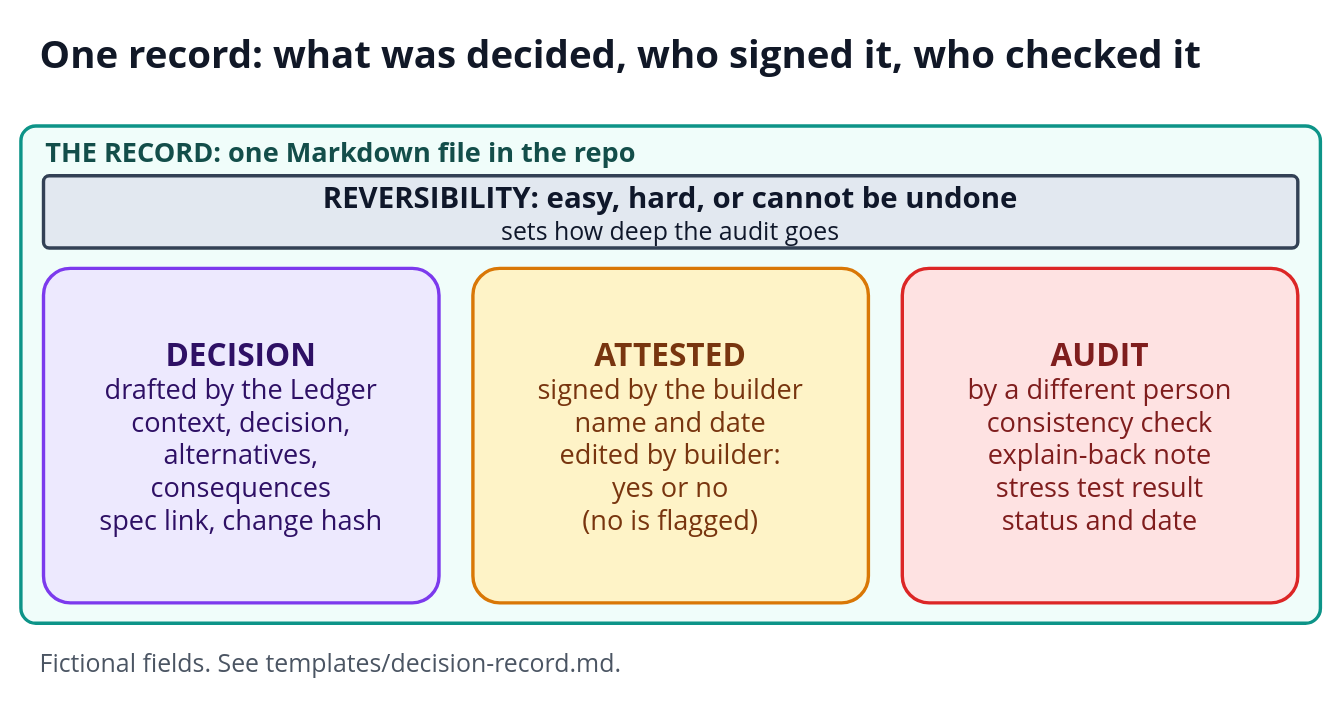
Above: diagrams/05-adr-anatomy.drawio in i-asimkhan/ledger-layer-pattern (draw.io), before the change. Source tidied: cells renumbered, new cells numbered last; positions are measured from the earlier drawing's top-left corner, leaving out a move shared by most shapes. Both pictures are drawn from the tidied source at 113%, with x=0, y=0 at pixel (20, 24).
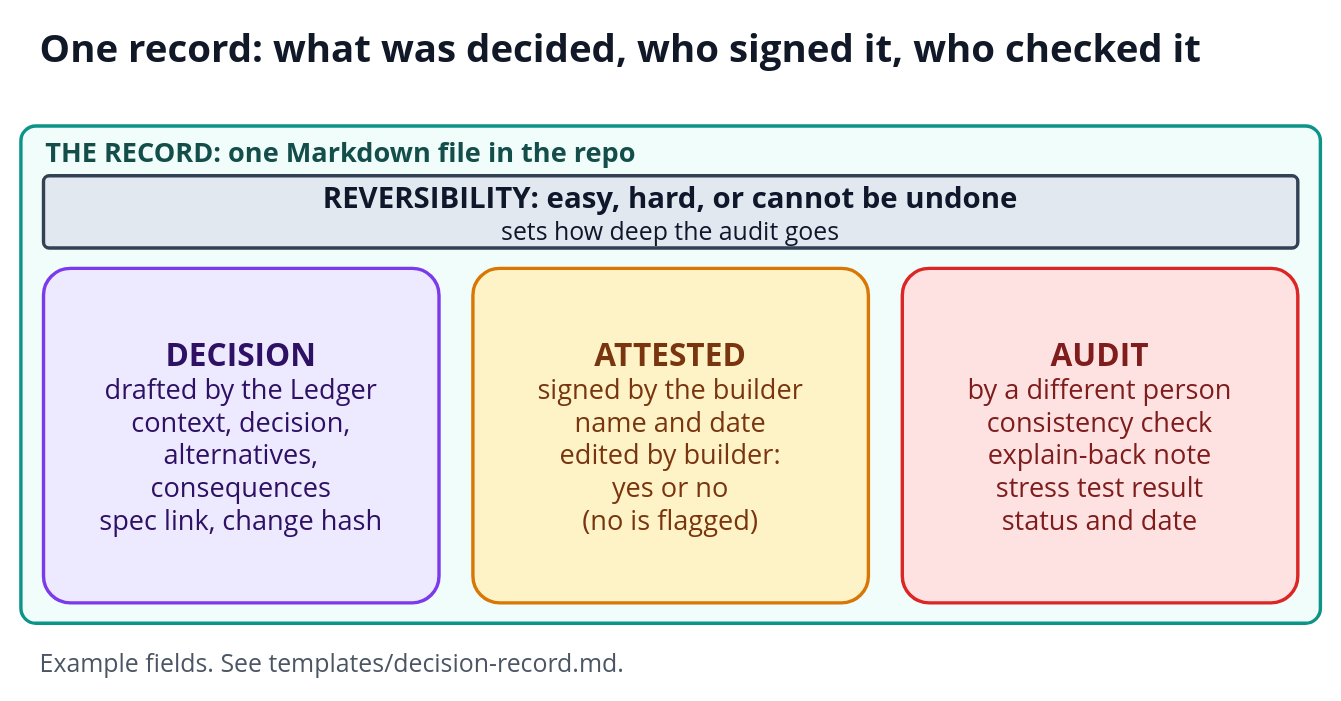
The same diagram, later.

The edit, as a diff of the source:
```diff
@@
 <mxGraphModel>
   <root>
     <mxCell id="0" />
     <mxCell id="1" parent="0" />
     <mxCell id="2" value="One record: what was decided, who signed it, who checked it" style="text;html=1;strokeColor=none;fillColor=none;whiteSpace=wrap;verticalAlign=middle;align=left;fontSize=34;fontColor=#111827;fontFamily=Segoe UI;fontStyle=1;" parent="1" vertex="1">
-      <mxGeometry x="15" width="1120" height="52" as="geometry" />
+      <mxGeometry x="15" y="-4" width="1120" height="50" as="geometry" />
     </mxCell>
     <mxCell id="3" style="rounded=1;arcSize=3;whiteSpace=wrap;html=1;fillColor=#F0FDFA;strokeColor=#0D9488;strokeWidth=3;" parent="1" vertex="1">
       <mxGeometry y="90" width="1150" height="440" as="geometry" />
     </mxCell>
     <mxCell id="4" value="THE RECORD: one Markdown file in the repo" style="text;html=1;strokeColor=none;fillColor=none;whiteSpace=wrap;verticalAlign=middle;align=left;fontSize=24;fontColor=#134E4A;fontFamily=Segoe UI;fontStyle=1;" parent="1" vertex="1">
       <mxGeometry x="20" y="96" width="1000" height="34" as="geometry" />
     </mxCell>
     <mxCell id="5" value="&lt;span style=&quot;font-size:26px&quot;&gt;&lt;b&gt;REVERSIBILITY: easy, hard, or cannot be undone&lt;/b&gt;&lt;/span&gt;&lt;br&gt;&lt;span style=&quot;font-size:22px&quot;&gt;sets how deep the audit goes&lt;/span&gt;" style="rounded=1;arcSize=8;whiteSpace=wrap;html=1;fillColor=#E2E8F0;strokeColor=#334155;fontColor=#0F172A;strokeWidth=3;align=center;verticalAlign=middle;fontSize=22;fontFamily=Segoe UI;" parent="1" vertex="1">
       <mxGeometry x="20" y="134" width="1110" height="64" as="geometry" />
     </mxCell>
     <mxCell id="6" value="&lt;span style=&quot;font-size:28px&quot;&gt;&lt;b&gt;DECISION&lt;/b&gt;&lt;/span&gt;&lt;br&gt;&lt;span style=&quot;font-size:24px&quot;&gt;drafted by the Ledger&lt;/span&gt;&lt;br&gt;&lt;span style=&quot;font-size:24px&quot;&gt;context, decision,&lt;/span&gt;&lt;br&gt;&lt;span style=&quot;font-size:24px&quot;&gt;alternatives,&lt;/span&gt;&lt;br&gt;&lt;span style=&quot;font-size:24px&quot;&gt;consequences&lt;/span&gt;&lt;br&gt;&lt;span style=&quot;font-size:24px&quot;&gt;spec link, change hash&lt;/span&gt;" style="rounded=1;arcSize=8;whiteSpace=wrap;html=1;fillColor=#EDE9FE;strokeColor=#7C3AED;fontColor=#2E1065;strokeWidth=3;align=center;verticalAlign=middle;fontSize=24;fontFamily=Segoe UI;" parent="1" vertex="1">
       <mxGeometry x="20" y="216" width="350" height="296" as="geometry" />
     </mxCell>
     <mxCell id="7" value="&lt;span style=&quot;font-size:28px&quot;&gt;&lt;b&gt;ATTESTED&lt;/b&gt;&lt;/span&gt;&lt;br&gt;&lt;span style=&quot;font-size:24px&quot;&gt;signed by the builder&lt;/span&gt;&lt;br&gt;&lt;span style=&quot;font-size:24px&quot;&gt;name and date&lt;/span&gt;&lt;br&gt;&lt;span style=&quot;font-size:24px&quot;&gt;edited by builder:&lt;/span&gt;&lt;br&gt;&lt;span style=&quot;font-size:24px&quot;&gt;yes or no&lt;/span&gt;&lt;br&gt;&lt;span style=&quot;font-size:24px&quot;&gt;(no is flagged)&lt;/span&gt;" style="rounded=1;arcSize=8;whiteSpace=wrap;html=1;fillColor=#FEF3C7;strokeColor=#D97706;fontColor=#78350F;strokeWidth=3;align=center;verticalAlign=middle;fontSize=24;fontFamily=Segoe UI;" parent="1" vertex="1">
       <mxGeometry x="400" y="216" width="350" height="296" as="geometry" />
     </mxCell>
     <mxCell id="8" value="&lt;span style=&quot;font-size:28px&quot;&gt;&lt;b&gt;AUDIT&lt;/b&gt;&lt;/span&gt;&lt;br&gt;&lt;span style=&quot;font-size:24px&quot;&gt;by a different person&lt;/span&gt;&lt;br&gt;&lt;span style=&quot;font-size:24px&quot;&gt;consistency check&lt;/span&gt;&lt;br&gt;&lt;span style=&quot;font-size:24px&quot;&gt;explain-back note&lt;/span&gt;&lt;br&gt;&lt;span style=&quot;font-size:24px&quot;&gt;stress test result&lt;/span&gt;&lt;br&gt;&lt;span style=&quot;font-size:24px&quot;&gt;status and date&lt;/span&gt;" style="rounded=1;arcSize=8;whiteSpace=wrap;html=1;fillColor=#FEE2E2;strokeColor=#DC2626;fontColor=#7F1D1D;strokeWidth=3;align=center;verticalAlign=middle;fontSize=24;fontFamily=Segoe UI;" parent="1" vertex="1">
       <mxGeometry x="780" y="216" width="350" height="296" as="geometry" />
     </mxCell>
-    <mxCell id="9" value="Fictional fields. See templates/decision-record.md." style="text;html=1;strokeColor=none;fillColor=none;whiteSpace=wrap;verticalAlign=middle;align=left;fontSize=22;fontColor=#4B5563;fontFamily=Segoe UI;fontStyle=0;" parent="1" vertex="1">
+    <mxCell id="9" value="Example fields. See templates/decision-record.md." style="text;html=1;strokeColor=none;fillColor=none;whiteSpace=wrap;verticalAlign=middle;align=left;fontSize=22;fontColor=#4B5563;fontFamily=Segoe UI;fontStyle=0;" parent="1" vertex="1">
       <mxGeometry x="15" y="548" width="1120" height="34" as="geometry" />
     </mxCell>
   </root>
 </mxGraphModel>
```
